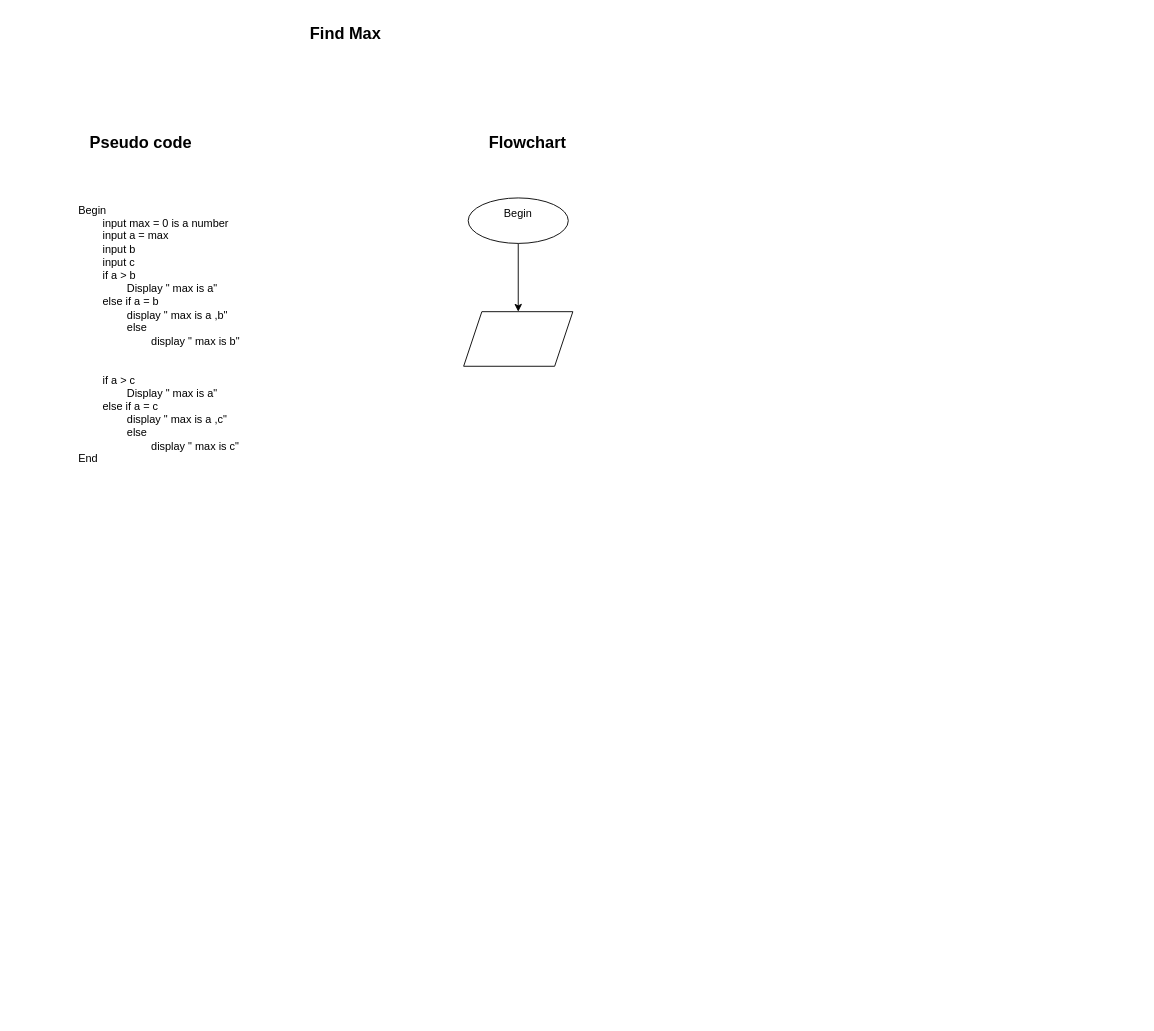
The draw.io diagram page "tìm giá trị lớn nhất trong 3 số" (5 of 6) of ss3_Hello_world/module1_ss3.drawio in Trongtangoc/CGDN-C0824M1-Ta-Ngoc-Trong, before the edit. Source tidied: cells renumbered, new cells numbered last; positions are measured from the earlier drawing's top-left corner, leaving out a move shared by most shapes. Both pictures are drawn from the tidied source at 91%, with x=0, y=0 at pixel (76, 15).
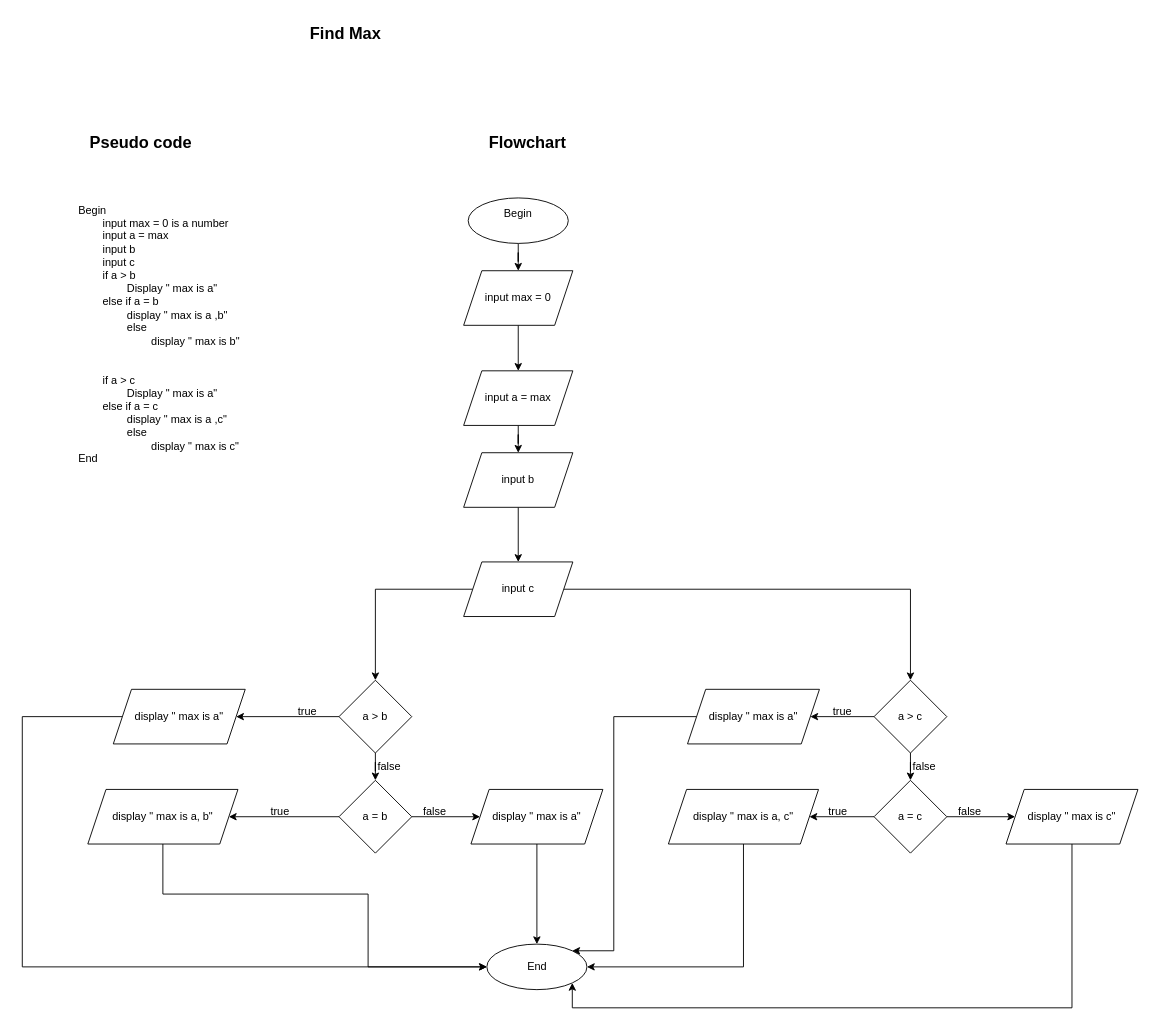
Above is the later version.

Commit message (it also covers changes not shown here):
Cập nhật module1_ss3.drawio

The edit, as a diff of the source:
```diff
@@
+    <mxCell id="9" style="edgeStyle=orthogonalEdgeStyle;rounded=0;jettySize=auto;html=1;" parent="1" edge="1" source="8" target="11">
+      <mxGeometry relative="1" as="geometry" />
+    </mxCell>
-    <mxCell id="8" style="shape=parallelogram;perimeter=parallelogramPerimeter;whiteSpace=wrap;html=1;fixedSize=1;" parent="1" vertex="1">
-      <mxGeometry x="425" y="325" width="120" height="60" as="geometry" />
+    <mxCell id="8" value="input max = 0" style="shape=parallelogram;perimeter=parallelogramPerimeter;whiteSpace=wrap;html=1;fixedSize=1;" parent="1" vertex="1">
+      <mxGeometry x="425" y="280" width="120" height="60" as="geometry" />
     </mxCell>
+    <mxCell id="10" style="edgeStyle=orthogonalEdgeStyle;rounded=0;jettySize=auto;html=1;" parent="1" edge="1" source="11" target="13">
+      <mxGeometry relative="1" as="geometry" />
+    </mxCell>
+    <mxCell id="11" value="input a = max" style="shape=parallelogram;perimeter=parallelogramPerimeter;whiteSpace=wrap;html=1;fixedSize=1;" parent="1" vertex="1">
+      <mxGeometry x="425" y="390" width="120" height="60" as="geometry" />
+    </mxCell>
+    <mxCell id="12" style="edgeStyle=orthogonalEdgeStyle;rounded=0;jettySize=auto;html=1;" parent="1" edge="1" source="13" target="16">
+      <mxGeometry relative="1" as="geometry" />
+    </mxCell>
+    <mxCell id="13" value="input b" style="shape=parallelogram;perimeter=parallelogramPerimeter;whiteSpace=wrap;html=1;fixedSize=1;" parent="1" vertex="1">
+      <mxGeometry x="425" y="480" width="120" height="60" as="geometry" />
+    </mxCell>
+    <mxCell id="14" style="edgeStyle=orthogonalEdgeStyle;rounded=0;jettySize=auto;html=1;" parent="1" edge="1" source="16" target="19">
+      <mxGeometry relative="1" as="geometry" />
+    </mxCell>
+    <mxCell id="15" style="edgeStyle=orthogonalEdgeStyle;rounded=0;jettySize=auto;html=1;exitX=1;exitY=0.5;exitDx=0;exitDy=0;entryX=0.5;entryY=0;entryDx=0;entryDy=0;" parent="1" edge="1" source="16" target="48">
+      <mxGeometry relative="1" as="geometry" />
+    </mxCell>
+    <mxCell id="16" value="input c" style="shape=parallelogram;perimeter=parallelogramPerimeter;whiteSpace=wrap;html=1;fixedSize=1;" parent="1" vertex="1">
+      <mxGeometry x="425" y="600" width="120" height="60" as="geometry" />
+    </mxCell>
+    <mxCell id="17" style="edgeStyle=orthogonalEdgeStyle;rounded=0;jettySize=auto;html=1;" parent="1" edge="1" source="19" target="21">
+      <mxGeometry relative="1" as="geometry" />
+    </mxCell>
+    <mxCell id="18" style="edgeStyle=orthogonalEdgeStyle;rounded=0;jettySize=auto;html=1;" parent="1" edge="1" source="19" target="25">
+      <mxGeometry relative="1" as="geometry" />
+    </mxCell>
+    <mxCell id="19" value="a &amp;gt; b" style="rhombus;whiteSpace=wrap;html=1;" parent="1" vertex="1">
+      <mxGeometry x="288" y="730" width="80" height="80" as="geometry" />
+    </mxCell>
+    <mxCell id="20" style="edgeStyle=orthogonalEdgeStyle;rounded=0;jettySize=auto;html=1;exitX=0;exitY=0.5;exitDx=0;exitDy=0;entryX=0;entryY=0.5;entryDx=0;entryDy=0;" parent="1" edge="1" source="21" target="49">
+      <mxGeometry relative="1" as="geometry">
+        <Array as="points">
+          <mxPoint x="-60" y="770" />
+          <mxPoint x="-60" y="1045" />
+        </Array>
+      </mxGeometry>
+    </mxCell>
+    <mxCell id="21" value="display &quot; max is a&quot;" style="shape=parallelogram;perimeter=parallelogramPerimeter;whiteSpace=wrap;html=1;fixedSize=1;" parent="1" vertex="1">
+      <mxGeometry x="40" y="740" width="145" height="60" as="geometry" />
+    </mxCell>
+    <mxCell id="22" value="true" style="text;html=1;align=center;verticalAlign=middle;strokeColor=none;fillColor=none;" parent="1" vertex="1">
+      <mxGeometry x="233" y="750" width="40" height="30" as="geometry" />
+    </mxCell>
+    <mxCell id="23" style="edgeStyle=orthogonalEdgeStyle;rounded=0;jettySize=auto;html=1;" parent="1" edge="1" source="25" target="28">
+      <mxGeometry relative="1" as="geometry" />
+    </mxCell>
+    <mxCell id="24" style="edgeStyle=orthogonalEdgeStyle;rounded=0;jettySize=auto;html=1;entryX=0;entryY=0.5;entryDx=0;entryDy=0;" parent="1" edge="1" source="25" target="31">
+      <mxGeometry relative="1" as="geometry" />
+    </mxCell>
+    <mxCell id="25" value="a = b" style="rhombus;whiteSpace=wrap;html=1;" parent="1" vertex="1">
+      <mxGeometry x="288" y="840" width="80" height="80" as="geometry" />
+    </mxCell>
+    <mxCell id="26" value="false" style="text;html=1;align=center;verticalAlign=middle;strokeColor=none;fillColor=none;" parent="1" vertex="1">
+      <mxGeometry x="318" y="810" width="50" height="30" as="geometry" />
+    </mxCell>
+    <mxCell id="27" style="edgeStyle=orthogonalEdgeStyle;rounded=0;jettySize=auto;html=1;exitX=0.5;exitY=1;exitDx=0;exitDy=0;" parent="1" edge="1" source="28" target="49">
+      <mxGeometry relative="1" as="geometry">
+        <Array as="points">
+          <mxPoint x="95" y="965" />
+          <mxPoint x="320" y="965" />
+          <mxPoint x="320" y="1045" />
+        </Array>
+      </mxGeometry>
+    </mxCell>
+    <mxCell id="28" value="display &quot; max is a, b&quot;" style="shape=parallelogram;perimeter=parallelogramPerimeter;whiteSpace=wrap;html=1;fixedSize=1;" parent="1" vertex="1">
+      <mxGeometry x="12" y="850" width="165" height="60" as="geometry" />
+    </mxCell>
+    <mxCell id="29" value="true" style="text;html=1;align=center;verticalAlign=middle;strokeColor=none;fillColor=none;" parent="1" vertex="1">
+      <mxGeometry x="203" y="860" width="40" height="30" as="geometry" />
+    </mxCell>
+    <mxCell id="30" style="edgeStyle=orthogonalEdgeStyle;rounded=0;jettySize=auto;html=1;exitX=0.5;exitY=1;exitDx=0;exitDy=0;entryX=0.5;entryY=0;entryDx=0;entryDy=0;" parent="1" edge="1" source="31" target="49">
+      <mxGeometry relative="1" as="geometry" />
+    </mxCell>
+    <mxCell id="31" value="display &quot; max is a&quot;" style="shape=parallelogram;perimeter=parallelogramPerimeter;whiteSpace=wrap;html=1;fixedSize=1;" parent="1" vertex="1">
+      <mxGeometry x="433" y="850" width="145" height="60" as="geometry" />
+    </mxCell>
+    <mxCell id="32" value="false" style="text;html=1;align=center;verticalAlign=middle;strokeColor=none;fillColor=none;" parent="1" vertex="1">
+      <mxGeometry x="368" y="860" width="50" height="30" as="geometry" />
+    </mxCell>
+    <mxCell id="33" style="edgeStyle=orthogonalEdgeStyle;rounded=0;jettySize=auto;html=1;" parent="1" edge="1" source="48" target="36">
+      <mxGeometry relative="1" as="geometry" />
+    </mxCell>
+    <mxCell id="34" style="edgeStyle=orthogonalEdgeStyle;rounded=0;jettySize=auto;html=1;" parent="1" edge="1" source="48" target="40">
+      <mxGeometry relative="1" as="geometry" />
+    </mxCell>
+    <mxCell id="35" style="edgeStyle=orthogonalEdgeStyle;rounded=0;jettySize=auto;html=1;exitX=0;exitY=0.5;exitDx=0;exitDy=0;entryX=1;entryY=0;entryDx=0;entryDy=0;" parent="1" edge="1" source="36" target="49">
+      <mxGeometry relative="1" as="geometry">
+        <Array as="points">
+          <mxPoint x="590" y="770" />
+          <mxPoint x="590" y="1027" />
+        </Array>
+      </mxGeometry>
+    </mxCell>
+    <mxCell id="36" value="display &quot; max is a&quot;" style="shape=parallelogram;perimeter=parallelogramPerimeter;whiteSpace=wrap;html=1;fixedSize=1;" parent="1" vertex="1">
+      <mxGeometry x="671" y="740" width="145" height="60" as="geometry" />
+    </mxCell>
+    <mxCell id="37" value="true" style="text;html=1;align=center;verticalAlign=middle;strokeColor=none;fillColor=none;" parent="1" vertex="1">
+      <mxGeometry x="821" y="750" width="40" height="30" as="geometry" />
+    </mxCell>
+    <mxCell id="38" style="edgeStyle=orthogonalEdgeStyle;rounded=0;jettySize=auto;html=1;" parent="1" edge="1" source="40" target="43">
+      <mxGeometry relative="1" as="geometry" />
+    </mxCell>
+    <mxCell id="39" style="edgeStyle=orthogonalEdgeStyle;rounded=0;jettySize=auto;html=1;entryX=0;entryY=0.5;entryDx=0;entryDy=0;" parent="1" edge="1" source="40" target="46">
+      <mxGeometry relative="1" as="geometry" />
+    </mxCell>
+    <mxCell id="40" value="a = c" style="rhombus;whiteSpace=wrap;html=1;" parent="1" vertex="1">
+      <mxGeometry x="876" y="840" width="80" height="80" as="geometry" />
+    </mxCell>
+    <mxCell id="41" value="false" style="text;html=1;align=center;verticalAlign=middle;strokeColor=none;fillColor=none;" parent="1" vertex="1">
+      <mxGeometry x="906" y="810" width="50" height="30" as="geometry" />
+    </mxCell>
+    <mxCell id="42" style="edgeStyle=orthogonalEdgeStyle;rounded=0;jettySize=auto;html=1;exitX=0.5;exitY=1;exitDx=0;exitDy=0;entryX=1;entryY=0.5;entryDx=0;entryDy=0;" parent="1" edge="1" source="43" target="49">
+      <mxGeometry relative="1" as="geometry" />
+    </mxCell>
+    <mxCell id="43" value="display &quot; max is a, c&quot;" style="shape=parallelogram;perimeter=parallelogramPerimeter;whiteSpace=wrap;html=1;fixedSize=1;" parent="1" vertex="1">
+      <mxGeometry x="650" y="850" width="165" height="60" as="geometry" />
+    </mxCell>
+    <mxCell id="44" value="true" style="text;html=1;align=center;verticalAlign=middle;strokeColor=none;fillColor=none;" parent="1" vertex="1">
+      <mxGeometry x="816" y="860" width="40" height="30" as="geometry" />
+    </mxCell>
+    <mxCell id="45" style="edgeStyle=orthogonalEdgeStyle;rounded=0;jettySize=auto;html=1;exitX=0.5;exitY=1;exitDx=0;exitDy=0;entryX=1;entryY=1;entryDx=0;entryDy=0;" parent="1" edge="1" source="46" target="49">
+      <mxGeometry relative="1" as="geometry">
+        <Array as="points">
+          <mxPoint x="1094" y="1090" />
+          <mxPoint x="544" y="1090" />
+        </Array>
+      </mxGeometry>
+    </mxCell>
+    <mxCell id="46" value="display &quot; max is c&quot;" style="shape=parallelogram;perimeter=parallelogramPerimeter;whiteSpace=wrap;html=1;fixedSize=1;" parent="1" vertex="1">
+      <mxGeometry x="1021" y="850" width="145" height="60" as="geometry" />
+    </mxCell>
+    <mxCell id="47" value="false" style="text;html=1;align=center;verticalAlign=middle;strokeColor=none;fillColor=none;" parent="1" vertex="1">
+      <mxGeometry x="956" y="860" width="50" height="30" as="geometry" />
+    </mxCell>
+    <mxCell id="48" value="a &amp;gt; c" style="rhombus;whiteSpace=wrap;html=1;" parent="1" vertex="1">
+      <mxGeometry x="876" y="730" width="80" height="80" as="geometry" />
+    </mxCell>
+    <mxCell id="49" value="&lt;div&gt;End&lt;/div&gt;" style="ellipse;whiteSpace=wrap;html=1;" parent="1" vertex="1">
+      <mxGeometry x="450.5" y="1020" width="110" height="50" as="geometry" />
+    </mxCell>
```
